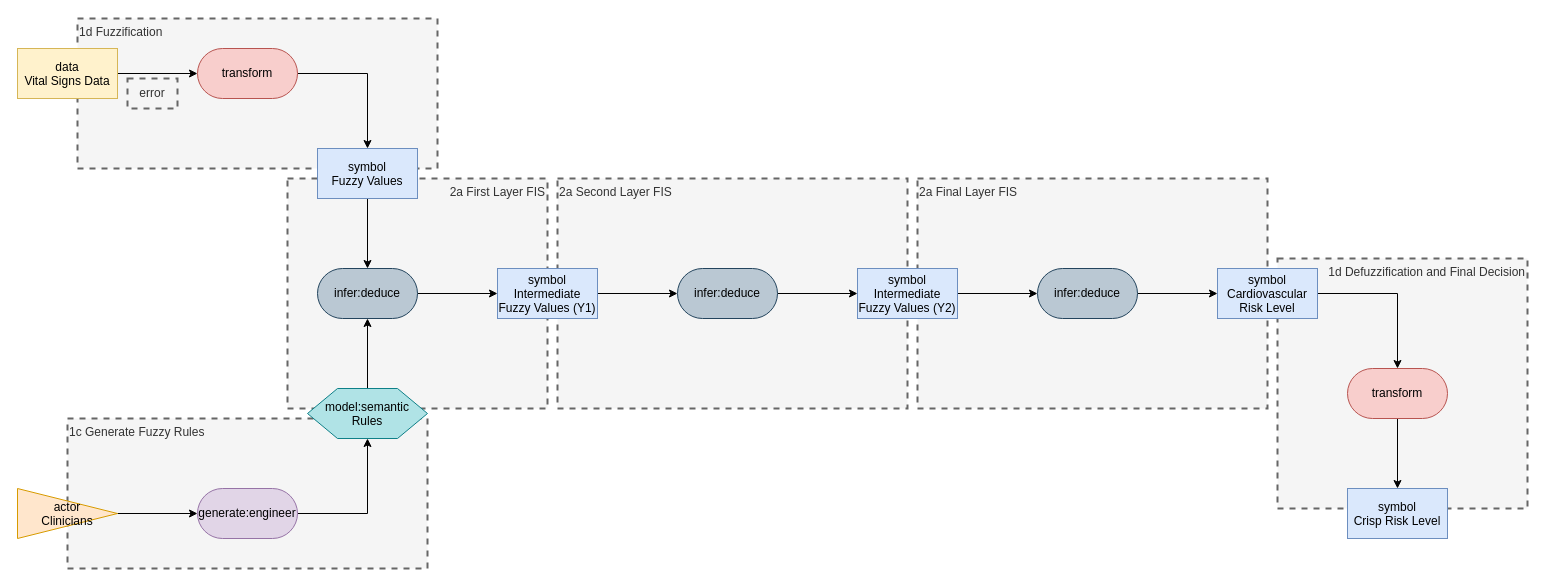
Above: page "Page-1" (1 of 2) of medical patterns to boxologies/Rule-Based Method pre-processes input data for ML Prediction (RBML)/A Hierarchical Fuzzy System for Risk Assessment of Cardiovascular Disease.drawio in zonnesmit/thesis (draw.io), before the change. Source tidied: cells renumbered, new cells numbered last; positions are measured from the earlier drawing's top-left corner, leaving out a move shared by most shapes. Both pictures are drawn from the tidied source at 100%, with x=0, y=0 at pixel (17, 18).
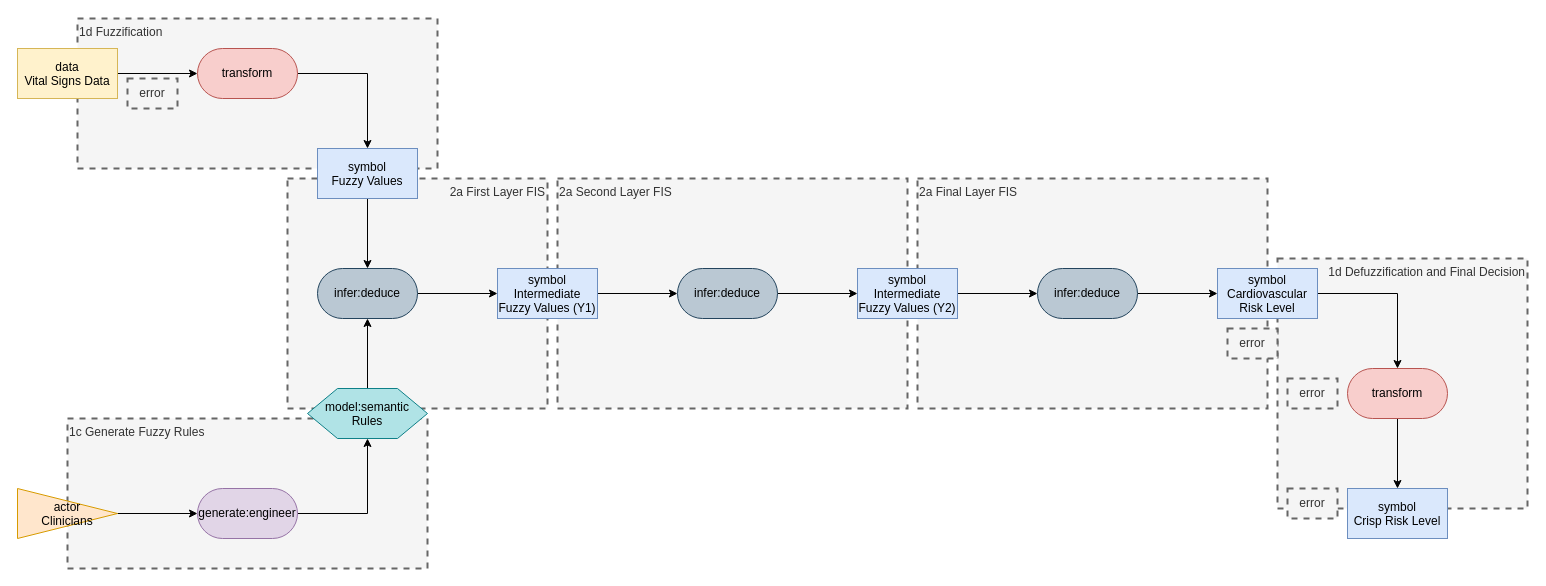
After the change.

Diff of the diagram source:
```diff
@@
+    <mxCell id="36" value="error" style="text;html=1;align=center;verticalAlign=middle;whiteSpace=wrap;rounded=0;dashed=1;fillColor=#f5f5f5;fontColor=#333333;strokeColor=#666666;strokeWidth=2;" parent="1" vertex="1">
+      <mxGeometry x="1210" y="310" width="50" height="30" as="geometry" />
+    </mxCell>
+    <mxCell id="37" value="error" style="text;html=1;align=center;verticalAlign=middle;whiteSpace=wrap;rounded=0;dashed=1;fillColor=#f5f5f5;fontColor=#333333;strokeColor=#666666;strokeWidth=2;" parent="1" vertex="1">
+      <mxGeometry x="1270" y="360" width="50" height="30" as="geometry" />
+    </mxCell>
+    <mxCell id="38" value="error" style="text;html=1;align=center;verticalAlign=middle;whiteSpace=wrap;rounded=0;dashed=1;fillColor=#f5f5f5;fontColor=#333333;strokeColor=#666666;strokeWidth=2;" parent="1" vertex="1">
+      <mxGeometry x="1270" y="470" width="50" height="30" as="geometry" />
+    </mxCell>
```
